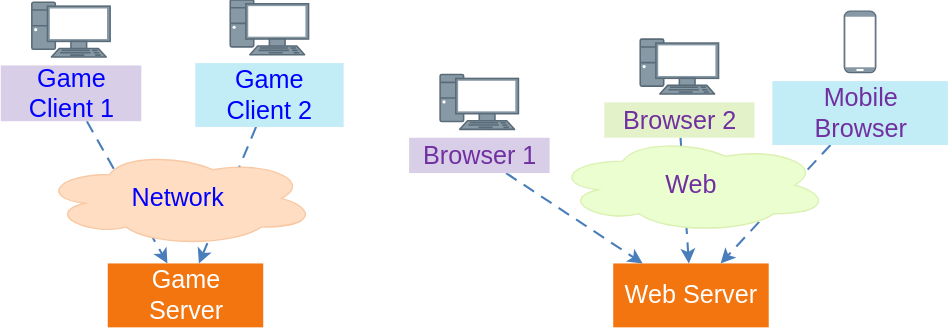
The draw.io diagram architecture/architecturalStyles/clientServer/what/images/clientServerExamples.svg in se-edu/se-book, before a commit. Source tidied: cells renumbered, new cells last; positions are measured from the earlier drawing's top-left corner, leaving out a move shared by most shapes. Source of this version:
```xml
<mxGraphModel>
  <root>
    <mxCell id="0" />
    <mxCell id="1" parent="0" />
    <mxCell id="2" style="edgeStyle=none;html=1;rounded=0;dashed=1;dashPattern=6 4;strokeColor=#4A7EBB;strokeWidth=1.5;endArrow=classic;endFill=1;endSize=6;" parent="1" edge="1" source="7" target="9">
      <mxGeometry relative="1" as="geometry" />
    </mxCell>
    <mxCell id="3" style="edgeStyle=none;html=1;rounded=0;dashed=1;dashPattern=6 4;strokeColor=#4A7EBB;strokeWidth=1.5;endArrow=classic;endFill=1;endSize=6;" parent="1" edge="1" source="8" target="9">
      <mxGeometry relative="1" as="geometry" />
    </mxCell>
    <mxCell id="4" style="edgeStyle=none;html=1;rounded=0;dashed=1;dashPattern=6 4;strokeColor=#4A7EBB;strokeWidth=1.5;endArrow=classic;endFill=1;endSize=6;" parent="1" edge="1" source="10" target="13">
      <mxGeometry relative="1" as="geometry" />
    </mxCell>
    <mxCell id="5" style="edgeStyle=none;html=1;rounded=0;dashed=1;dashPattern=6 4;strokeColor=#4A7EBB;strokeWidth=1.5;endArrow=classic;endFill=1;endSize=6;" parent="1" edge="1" source="11" target="13">
      <mxGeometry relative="1" as="geometry" />
    </mxCell>
    <mxCell id="6" style="edgeStyle=none;html=1;rounded=0;dashed=1;dashPattern=6 4;strokeColor=#4A7EBB;strokeWidth=1.5;endArrow=classic;endFill=1;endSize=6;" parent="1" edge="1" source="12" target="13">
      <mxGeometry relative="1" as="geometry" />
    </mxCell>
    <mxCell id="7" value="Game&#10;Client 1" style="rounded=0;whiteSpace=wrap;html=0;fillColor=#D8CEE8;strokeColor=none;fontColor=#0000FF;fontSize=18;fontFamily=Helvetica;" parent="1" vertex="1">
      <mxGeometry y="46.8" width="100.5" height="39.9" as="geometry" />
    </mxCell>
    <mxCell id="8" value="Game&#10;Client 2" style="rounded=0;whiteSpace=wrap;html=0;fillColor=#C2ECF6;strokeColor=none;fontColor=#0000FF;fontSize=18;fontFamily=Helvetica;" parent="1" vertex="1">
      <mxGeometry x="139.1" y="45.1" width="106.1" height="45.7" as="geometry" />
    </mxCell>
    <mxCell id="9" value="Game&#10;Server" style="rounded=0;whiteSpace=wrap;html=0;fillColor=#F2750F;strokeColor=none;fontColor=#FFFFFF;fontSize=18;fontFamily=Helvetica;" parent="1" vertex="1">
      <mxGeometry x="76.5" y="188.4" width="111.2" height="45.7" as="geometry" />
    </mxCell>
    <mxCell id="10" value="Browser 1" style="rounded=0;whiteSpace=wrap;html=0;fillColor=#D8CEE8;strokeColor=none;fontColor=#7030A0;fontSize=18;fontFamily=Helvetica;" parent="1" vertex="1">
      <mxGeometry x="292" y="98.5" width="100.5" height="25.3" as="geometry" />
    </mxCell>
    <mxCell id="11" value="Browser 2" style="rounded=0;whiteSpace=wrap;html=0;fillColor=#E4F2CA;strokeColor=none;fontColor=#7030A0;fontSize=18;fontFamily=Helvetica;" parent="1" vertex="1">
      <mxGeometry x="431.6" y="73.2" width="107.4" height="25.3" as="geometry" />
    </mxCell>
    <mxCell id="12" value="Mobile&#10;Browser" style="rounded=0;whiteSpace=wrap;html=0;fillColor=#C2ECF6;strokeColor=none;fontColor=#7030A0;fontSize=18;fontFamily=Helvetica;" parent="1" vertex="1">
      <mxGeometry x="551.8" y="58" width="125.5" height="45.7" as="geometry" />
    </mxCell>
    <mxCell id="13" value="Web Server" style="rounded=0;whiteSpace=wrap;html=0;fillColor=#F2750F;strokeColor=none;fontColor=#FFFFFF;fontSize=18;fontFamily=Helvetica;" parent="1" vertex="1">
      <mxGeometry x="438" y="188.4" width="111.2" height="45.7" as="geometry" />
    </mxCell>
    <mxCell id="14" style="sketch=0;html=1;shape=mxgraph.networks.pc;fillColor=#8899A6;strokeColor=#5A6B78;" parent="1" vertex="1">
      <mxGeometry x="22.2" y="1.6" width="56" height="39.2" as="geometry" />
    </mxCell>
    <mxCell id="15" style="sketch=0;html=1;shape=mxgraph.networks.pc;fillColor=#8899A6;strokeColor=#5A6B78;" parent="1" vertex="1">
      <mxGeometry x="164.1" y="-0.1" width="56" height="39.2" as="geometry" />
    </mxCell>
    <mxCell id="16" style="sketch=0;html=1;shape=mxgraph.networks.pc;fillColor=#8899A6;strokeColor=#5A6B78;" parent="1" vertex="1">
      <mxGeometry x="314.2" y="53.3" width="56" height="39.2" as="geometry" />
    </mxCell>
    <mxCell id="17" style="sketch=0;html=1;shape=mxgraph.networks.pc;fillColor=#8899A6;strokeColor=#5A6B78;" parent="1" vertex="1">
      <mxGeometry x="457.3" y="28" width="56" height="39.2" as="geometry" />
    </mxCell>
    <mxCell id="18" style="sketch=0;html=1;shape=mxgraph.networks.mobile;fillColor=#8899A6;strokeColor=#5A6B78;" parent="1" vertex="1">
      <mxGeometry x="603.2" y="8" width="22.6" height="44" as="geometry" />
    </mxCell>
    <mxCell id="19" value="Network" style="ellipse;shape=cloud;whiteSpace=wrap;html=0;fillColor=#FFDDC2;strokeColor=#F8C9A4;fontColor=#0000FF;fontSize=18;fontFamily=Helvetica;" parent="1" vertex="1">
      <mxGeometry x="28.2" y="107.2" width="196.8" height="68.4" as="geometry" />
    </mxCell>
    <mxCell id="20" value="Web" style="ellipse;shape=cloud;whiteSpace=wrap;html=0;fillColor=#EBFED0;strokeColor=#DCF0B4;fontColor=#7030A0;fontSize=18;fontFamily=Helvetica;" parent="1" vertex="1">
      <mxGeometry x="395.1" y="97.6" width="196.8" height="68.4" as="geometry" />
    </mxCell>
  </root>
</mxGraphModel>
```
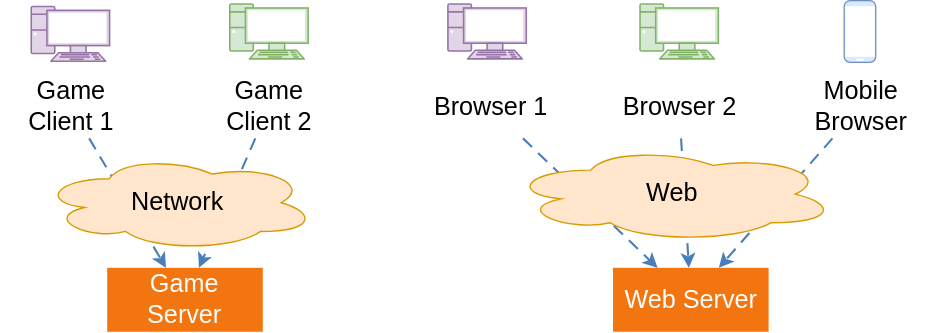
The same diagram one commit later.

Commit message:
architecture: Tweak clientServerExample.svg

What changed in the source:
```diff
@@ -17,47 +17,47 @@
     <mxCell id="6" style="edgeStyle=none;html=1;rounded=0;dashed=1;dashPattern=6 4;strokeColor=#4A7EBB;strokeWidth=1.5;endArrow=classic;endFill=1;endSize=6;" parent="1" edge="1" source="12" target="13">
       <mxGeometry relative="1" as="geometry" />
     </mxCell>
-    <mxCell id="7" value="Game&#10;Client 1" style="rounded=0;whiteSpace=wrap;html=0;fillColor=#D8CEE8;strokeColor=none;fontColor=#0000FF;fontSize=18;fontFamily=Helvetica;" parent="1" vertex="1">
-      <mxGeometry y="46.8" width="100.5" height="39.9" as="geometry" />
+    <mxCell id="7" value="Game&#10;Client 1" style="rounded=0;whiteSpace=wrap;html=0;fillColor=none;strokeColor=none;fontColor=#000000;fontSize=18;fontFamily=Helvetica;" parent="1" vertex="1">
+      <mxGeometry y="50.9" width="100.5" height="45" as="geometry" />
     </mxCell>
-    <mxCell id="8" value="Game&#10;Client 2" style="rounded=0;whiteSpace=wrap;html=0;fillColor=#C2ECF6;strokeColor=none;fontColor=#0000FF;fontSize=18;fontFamily=Helvetica;" parent="1" vertex="1">
-      <mxGeometry x="139.1" y="45.1" width="106.1" height="45.7" as="geometry" />
+    <mxCell id="8" value="Game&#10;Client 2" style="rounded=0;whiteSpace=wrap;html=0;fillColor=none;strokeColor=none;fontColor=#000000;fontSize=18;fontFamily=Helvetica;" parent="1" vertex="1">
+      <mxGeometry x="139.1" y="50.9" width="106.1" height="45" as="geometry" />
     </mxCell>
     <mxCell id="9" value="Game&#10;Server" style="rounded=0;whiteSpace=wrap;html=0;fillColor=#F2750F;strokeColor=none;fontColor=#FFFFFF;fontSize=18;fontFamily=Helvetica;" parent="1" vertex="1">
       <mxGeometry x="76.5" y="188.4" width="111.2" height="45.7" as="geometry" />
     </mxCell>
-    <mxCell id="10" value="Browser 1" style="rounded=0;whiteSpace=wrap;html=0;fillColor=#D8CEE8;strokeColor=none;fontColor=#7030A0;fontSize=18;fontFamily=Helvetica;" parent="1" vertex="1">
-      <mxGeometry x="292" y="98.5" width="100.5" height="25.3" as="geometry" />
+    <mxCell id="10" value="Browser 1" style="rounded=0;whiteSpace=wrap;html=0;fillColor=none;strokeColor=none;fontColor=#000000;fontSize=18;fontFamily=Helvetica;" parent="1" vertex="1">
+      <mxGeometry x="300" y="50.9" width="100.5" height="45" as="geometry" />
     </mxCell>
-    <mxCell id="11" value="Browser 2" style="rounded=0;whiteSpace=wrap;html=0;fillColor=#E4F2CA;strokeColor=none;fontColor=#7030A0;fontSize=18;fontFamily=Helvetica;" parent="1" vertex="1">
-      <mxGeometry x="431.6" y="73.2" width="107.4" height="25.3" as="geometry" />
+    <mxCell id="11" value="Browser 2" style="rounded=0;whiteSpace=wrap;html=0;fillColor=none;strokeColor=none;fontColor=#000000;fontSize=18;fontFamily=Helvetica;" parent="1" vertex="1">
+      <mxGeometry x="431.6" y="50.9" width="107.4" height="45" as="geometry" />
     </mxCell>
-    <mxCell id="12" value="Mobile&#10;Browser" style="rounded=0;whiteSpace=wrap;html=0;fillColor=#C2ECF6;strokeColor=none;fontColor=#7030A0;fontSize=18;fontFamily=Helvetica;" parent="1" vertex="1">
-      <mxGeometry x="551.8" y="58" width="125.5" height="45.7" as="geometry" />
+    <mxCell id="12" value="Mobile&#10;Browser" style="rounded=0;whiteSpace=wrap;html=0;fillColor=none;strokeColor=none;fontColor=#000000;fontSize=18;fontFamily=Helvetica;" parent="1" vertex="1">
+      <mxGeometry x="551.8" y="50.9" width="125.5" height="45" as="geometry" />
     </mxCell>
     <mxCell id="13" value="Web Server" style="rounded=0;whiteSpace=wrap;html=0;fillColor=#F2750F;strokeColor=none;fontColor=#FFFFFF;fontSize=18;fontFamily=Helvetica;" parent="1" vertex="1">
       <mxGeometry x="438" y="188.4" width="111.2" height="45.7" as="geometry" />
     </mxCell>
-    <mxCell id="14" style="sketch=0;html=1;shape=mxgraph.networks.pc;fillColor=#8899A6;strokeColor=#5A6B78;" parent="1" vertex="1">
+    <mxCell id="14" style="sketch=0;html=1;shape=mxgraph.networks.pc;fillColor=#e1d5e7;strokeColor=#9673a6;" parent="1" vertex="1">
       <mxGeometry x="22.2" y="1.6" width="56" height="39.2" as="geometry" />
     </mxCell>
-    <mxCell id="15" style="sketch=0;html=1;shape=mxgraph.networks.pc;fillColor=#8899A6;strokeColor=#5A6B78;" parent="1" vertex="1">
+    <mxCell id="15" style="sketch=0;html=1;shape=mxgraph.networks.pc;fillColor=#d5e8d4;strokeColor=#82b366;" parent="1" vertex="1">
       <mxGeometry x="164.1" y="-0.1" width="56" height="39.2" as="geometry" />
     </mxCell>
-    <mxCell id="16" style="sketch=0;html=1;shape=mxgraph.networks.pc;fillColor=#8899A6;strokeColor=#5A6B78;" parent="1" vertex="1">
-      <mxGeometry x="314.2" y="53.3" width="56" height="39.2" as="geometry" />
+    <mxCell id="16" style="sketch=0;html=1;shape=mxgraph.networks.pc;fillColor=#e1d5e7;strokeColor=#9673a6;" parent="1" vertex="1">
+      <mxGeometry x="320" y="-0.1" width="56" height="39.2" as="geometry" />
     </mxCell>
-    <mxCell id="17" style="sketch=0;html=1;shape=mxgraph.networks.pc;fillColor=#8899A6;strokeColor=#5A6B78;" parent="1" vertex="1">
-      <mxGeometry x="457.3" y="28" width="56" height="39.2" as="geometry" />
+    <mxCell id="17" style="sketch=0;html=1;shape=mxgraph.networks.pc;fillColor=#d5e8d4;strokeColor=#82b366;" parent="1" vertex="1">
+      <mxGeometry x="457.3" y="-0.1" width="56" height="39.2" as="geometry" />
     </mxCell>
-    <mxCell id="18" style="sketch=0;html=1;shape=mxgraph.networks.mobile;fillColor=#8899A6;strokeColor=#5A6B78;" parent="1" vertex="1">
-      <mxGeometry x="603.2" y="8" width="22.6" height="44" as="geometry" />
+    <mxCell id="18" style="sketch=0;html=1;shape=mxgraph.networks.mobile;fillColor=#dae8fc;strokeColor=#6c8ebf;" parent="1" vertex="1">
+      <mxGeometry x="603.2" y="-2.5" width="22.6" height="44" as="geometry" />
     </mxCell>
-    <mxCell id="19" value="Network" style="ellipse;shape=cloud;whiteSpace=wrap;html=0;fillColor=#FFDDC2;strokeColor=#F8C9A4;fontColor=#0000FF;fontSize=18;fontFamily=Helvetica;" parent="1" vertex="1">
+    <mxCell id="19" value="Network" style="ellipse;shape=cloud;whiteSpace=wrap;html=0;fillColor=#ffe6cc;strokeColor=#d79b00;fontSize=18;fontFamily=Helvetica;" parent="1" vertex="1">
       <mxGeometry x="28.2" y="107.2" width="196.8" height="68.4" as="geometry" />
     </mxCell>
-    <mxCell id="20" value="Web" style="ellipse;shape=cloud;whiteSpace=wrap;html=0;fillColor=#EBFED0;strokeColor=#DCF0B4;fontColor=#7030A0;fontSize=18;fontFamily=Helvetica;" parent="1" vertex="1">
-      <mxGeometry x="395.1" y="97.6" width="196.8" height="68.4" as="geometry" />
+    <mxCell id="20" value="Web" style="ellipse;shape=cloud;whiteSpace=wrap;html=0;fillColor=#ffe6cc;strokeColor=#d79b00;fontSize=18;fontFamily=Helvetica;" parent="1" vertex="1">
+      <mxGeometry x="363" y="101" width="234" height="68.4" as="geometry" />
     </mxCell>
   </root>
 </mxGraphModel>
```
